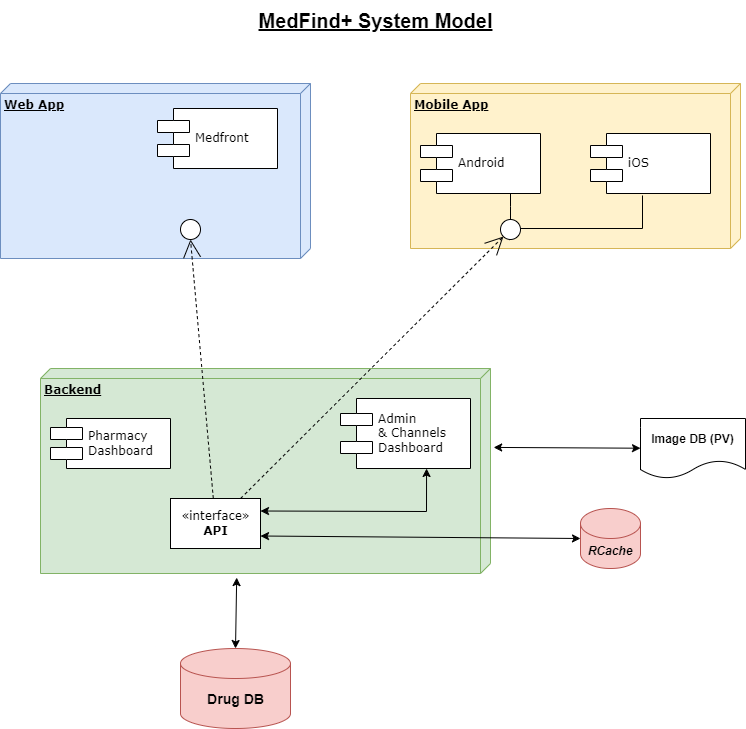
Above: MedFind01.drawio.png in cephydex/archdiags (draw.io), before the change. Source tidied: cells renumbered, new cells last; positions are measured from the earlier drawing's top-left corner, leaving out a move shared by most shapes.
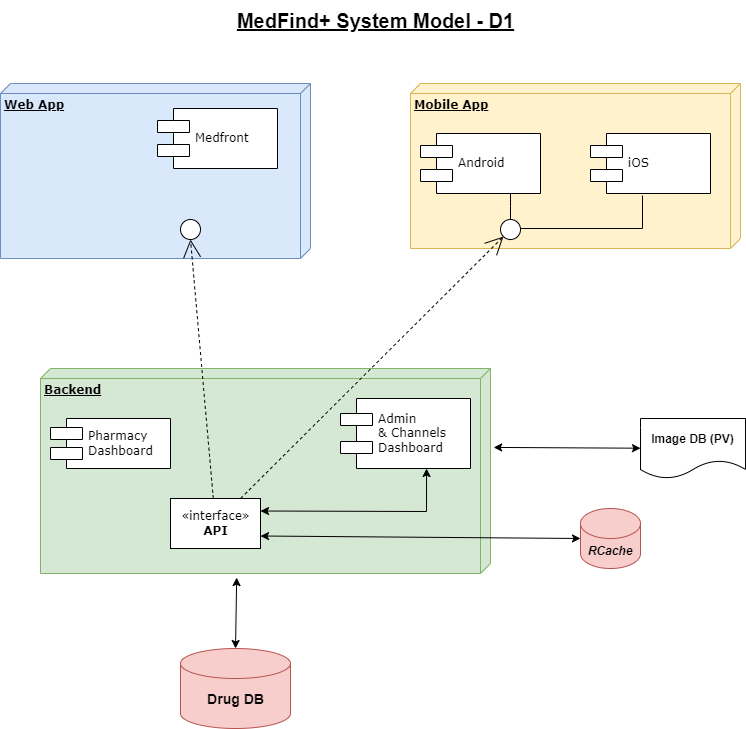
The same diagram one commit later.

Change to the diagram source:
```diff
@@ -49,8 +49,8 @@
     <mxCell id="15" style="endArrow=classic;startArrow=classic;html=1;rounded=0;exitX=0.5;exitY=0;exitDx=0;exitDy=0;exitPerimeter=0;entryX=1.02;entryY=0.564;entryDx=0;entryDy=0;entryPerimeter=0;" parent="1" edge="1" source="25" target="4">
       <mxGeometry relative="1" as="geometry" />
     </mxCell>
-    <mxCell id="16" value="&lt;u&gt;MedFind+ System Model&lt;/u&gt;" style="text;html=1;align=center;verticalAlign=middle;strokeColor=none;fillColor=none;fontSize=20;fontStyle=1;" parent="1" vertex="1">
-      <mxGeometry x="245" width="260" height="40" as="geometry" />
+    <mxCell id="16" value="&lt;u&gt;MedFind+ System Model - D1&lt;/u&gt;" style="text;html=1;align=center;verticalAlign=middle;strokeColor=none;fillColor=none;fontSize=20;fontStyle=1;" parent="1" vertex="1">
+      <mxGeometry x="225" width="300" height="40" as="geometry" />
     </mxCell>
     <mxCell id="17" style="edgeStyle=elbowEdgeStyle;rounded=0;html=1;labelBackgroundColor=none;startArrow=none;startFill=0;startSize=8;endArrow=none;endFill=0;endSize=16;fontFamily=Verdana;fontSize=12;entryX=0.433;entryY=1.033;entryDx=0;entryDy=0;entryPerimeter=0;" parent="1" edge="1" target="18">
       <mxGeometry relative="1" as="geometry">
```
